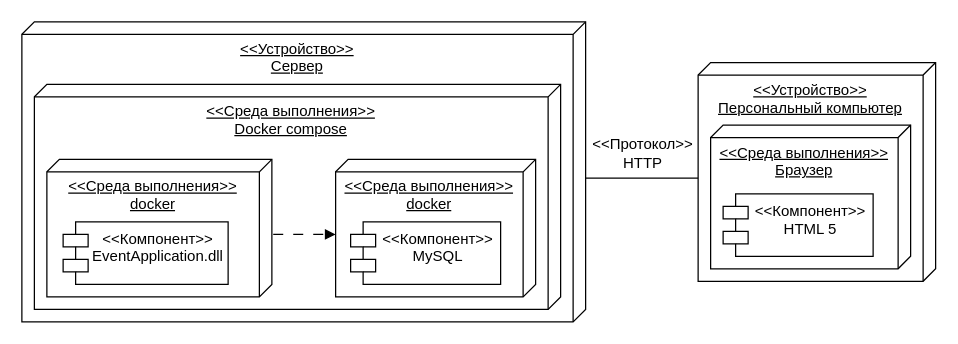
Before: Диаграмма развёртывания (Поршнев).drawio in ArtP0rsche/Course-Project-Documents, a draw.io diagram. Source tidied: cells renumbered, new cells numbered last; positions are measured from the earlier drawing's top-left corner, leaving out a move shared by most shapes. Both pictures are drawn from the tidied source at 125%, with x=0, y=0 at pixel (21, 21).
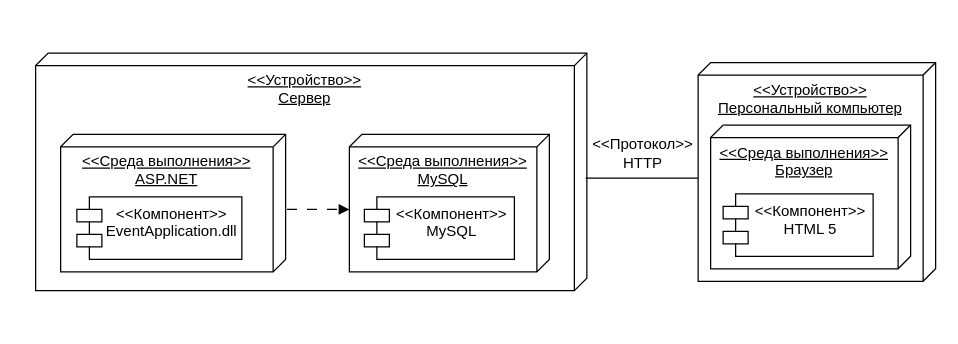
After the change.

Commit message:
Update deployment diagrram

What changed in the source:
```diff
@@
 <mxGraphModel>
   <root>
     <mxCell id="0" />
     <mxCell id="1" parent="0" />
     <mxCell id="2" value="&lt;div style=&quot;&quot;&gt;&lt;span style=&quot;background-color: initial;&quot;&gt;&amp;lt;&amp;lt;Устройство&amp;gt;&amp;gt;&lt;/span&gt;&lt;/div&gt;&lt;div style=&quot;&quot;&gt;&lt;span style=&quot;background-color: initial;&quot;&gt;Сервер&lt;/span&gt;&lt;/div&gt;" style="verticalAlign=top;align=center;spacingTop=8;spacingLeft=2;spacingRight=12;shape=cube;size=10;direction=south;fontStyle=4;html=1;whiteSpace=wrap;" parent="1" vertex="1">
-      <mxGeometry width="451" height="240" as="geometry" />
+      <mxGeometry x="11" y="25" width="441" height="190" as="geometry" />
     </mxCell>
-    <mxCell id="3" value="&lt;div style=&quot;&quot;&gt;&lt;span style=&quot;background-color: initial;&quot;&gt;&amp;lt;&amp;lt;Среда выполнения&amp;gt;&amp;gt;&lt;/span&gt;&lt;/div&gt;&lt;div style=&quot;&quot;&gt;Docker compose&lt;/div&gt;" style="verticalAlign=top;align=center;spacingTop=8;spacingLeft=2;spacingRight=12;shape=cube;size=10;direction=south;fontStyle=4;html=1;whiteSpace=wrap;" parent="1" vertex="1">
-      <mxGeometry x="10" y="50" width="421" height="180" as="geometry" />
-    </mxCell>
-    <mxCell id="4" value="&lt;div style=&quot;&quot;&gt;&lt;span style=&quot;background-color: initial;&quot;&gt;&amp;lt;&amp;lt;Среда выполнения&amp;gt;&amp;gt;&lt;/span&gt;&lt;/div&gt;&lt;div style=&quot;&quot;&gt;docker&lt;/div&gt;" style="verticalAlign=top;align=center;spacingTop=8;spacingLeft=2;spacingRight=12;shape=cube;size=10;direction=south;fontStyle=4;html=1;whiteSpace=wrap;" parent="1" vertex="1">
-      <mxGeometry x="20" y="110" width="180" height="110" as="geometry" />
+    <mxCell id="4" value="&lt;div style=&quot;&quot;&gt;&lt;span style=&quot;background-color: initial;&quot;&gt;&amp;lt;&amp;lt;Среда выполнения&amp;gt;&amp;gt;&lt;/span&gt;&lt;/div&gt;&lt;div style=&quot;&quot;&gt;ASP.NET&lt;/div&gt;" style="verticalAlign=top;align=center;spacingTop=8;spacingLeft=2;spacingRight=12;shape=cube;size=10;direction=south;fontStyle=4;html=1;whiteSpace=wrap;" parent="1" vertex="1">
+      <mxGeometry x="31" y="90" width="180" height="110" as="geometry" />
     </mxCell>
-    <mxCell id="5" value="&lt;div style=&quot;&quot;&gt;&lt;span style=&quot;background-color: initial;&quot;&gt;&amp;lt;&amp;lt;Среда выполнения&amp;gt;&amp;gt;&lt;/span&gt;&lt;/div&gt;&lt;div style=&quot;&quot;&gt;docker&lt;/div&gt;" style="verticalAlign=top;align=center;spacingTop=8;spacingLeft=2;spacingRight=12;shape=cube;size=10;direction=south;fontStyle=4;html=1;whiteSpace=wrap;" parent="1" vertex="1">
-      <mxGeometry x="251" y="110" width="160" height="110" as="geometry" />
+    <mxCell id="5" value="&lt;div style=&quot;&quot;&gt;&lt;span style=&quot;background-color: initial;&quot;&gt;&amp;lt;&amp;lt;Среда выполнения&amp;gt;&amp;gt;&lt;/span&gt;&lt;/div&gt;&lt;div style=&quot;&quot;&gt;MySQL&lt;/div&gt;" style="verticalAlign=top;align=center;spacingTop=8;spacingLeft=2;spacingRight=12;shape=cube;size=10;direction=south;fontStyle=4;html=1;whiteSpace=wrap;" parent="1" vertex="1">
+      <mxGeometry x="262" y="90" width="160" height="110" as="geometry" />
     </mxCell>
     <mxCell id="6" value="&amp;lt;&amp;lt;Компонент&amp;gt;&amp;gt;&lt;br&gt;EventApplication.dll" style="shape=module;align=left;spacingLeft=20;align=center;verticalAlign=top;whiteSpace=wrap;html=1;" parent="1" vertex="1">
-      <mxGeometry x="33" y="160" width="132" height="50" as="geometry" />
+      <mxGeometry x="44" y="140" width="132" height="50" as="geometry" />
     </mxCell>
     <mxCell id="7" value="&amp;lt;&amp;lt;Компонент&amp;gt;&amp;gt;&lt;br&gt;MySQL" style="shape=module;align=left;spacingLeft=20;align=center;verticalAlign=top;whiteSpace=wrap;html=1;" parent="1" vertex="1">
-      <mxGeometry x="263" y="160" width="120" height="50" as="geometry" />
+      <mxGeometry x="274" y="140" width="120" height="50" as="geometry" />
     </mxCell>
     <mxCell id="8" style="endArrow=block;html=1;rounded=0;entryX=0;entryY=0;entryDx=60;entryDy=160;entryPerimeter=0;exitX=0.545;exitY=-0.006;exitDx=0;exitDy=0;exitPerimeter=0;endFill=1;dashed=1;dashPattern=8 8;" parent="1" edge="1" source="4" target="5">
       <mxGeometry relative="1" as="geometry" />
     </mxCell>
     <mxCell id="9" value="&lt;div style=&quot;&quot;&gt;&lt;span style=&quot;background-color: initial;&quot;&gt;&amp;lt;&amp;lt;Устройство&amp;gt;&amp;gt;&lt;/span&gt;&lt;/div&gt;&lt;div style=&quot;&quot;&gt;Персональный компьютер&lt;/div&gt;" style="verticalAlign=top;align=center;spacingTop=8;spacingLeft=2;spacingRight=12;shape=cube;size=10;direction=south;fontStyle=4;html=1;whiteSpace=wrap;" parent="1" vertex="1">
       <mxGeometry x="541" y="32.5" width="190" height="175" as="geometry" />
     </mxCell>
     <mxCell id="10" value="&lt;div style=&quot;&quot;&gt;&lt;span style=&quot;background-color: initial;&quot;&gt;&amp;lt;&amp;lt;Среда выполнения&amp;gt;&amp;gt;&lt;/span&gt;&lt;/div&gt;&lt;div style=&quot;&quot;&gt;Браузер&lt;/div&gt;" style="verticalAlign=top;align=center;spacingTop=8;spacingLeft=2;spacingRight=12;shape=cube;size=10;direction=south;fontStyle=4;html=1;whiteSpace=wrap;" parent="1" vertex="1">
       <mxGeometry x="551" y="82.5" width="160" height="115" as="geometry" />
     </mxCell>
     <mxCell id="11" value="&amp;lt;&amp;lt;Компонент&amp;gt;&amp;gt;&lt;br&gt;HTML 5" style="shape=module;align=left;spacingLeft=20;align=center;verticalAlign=top;whiteSpace=wrap;html=1;" parent="1" vertex="1">
       <mxGeometry x="561" y="137.5" width="120" height="50" as="geometry" />
     </mxCell>
     <mxCell id="12" style="endArrow=none;html=1;rounded=0;entryX=0;entryY=0;entryDx=92.5;entryDy=190;entryPerimeter=0;" parent="1" edge="1" target="9">
       <mxGeometry relative="1" as="geometry">
         <mxPoint x="451" y="125" as="sourcePoint" />
       </mxGeometry>
     </mxCell>
     <mxCell id="13" value="&amp;lt;&amp;lt;Протокол&amp;gt;&amp;gt;&lt;br&gt;HTTP" style="text;html=1;align=center;verticalAlign=middle;whiteSpace=wrap;rounded=0;" parent="1" vertex="1">
       <mxGeometry x="467" y="90" width="60" height="30" as="geometry" />
     </mxCell>
   </root>
 </mxGraphModel>
```
